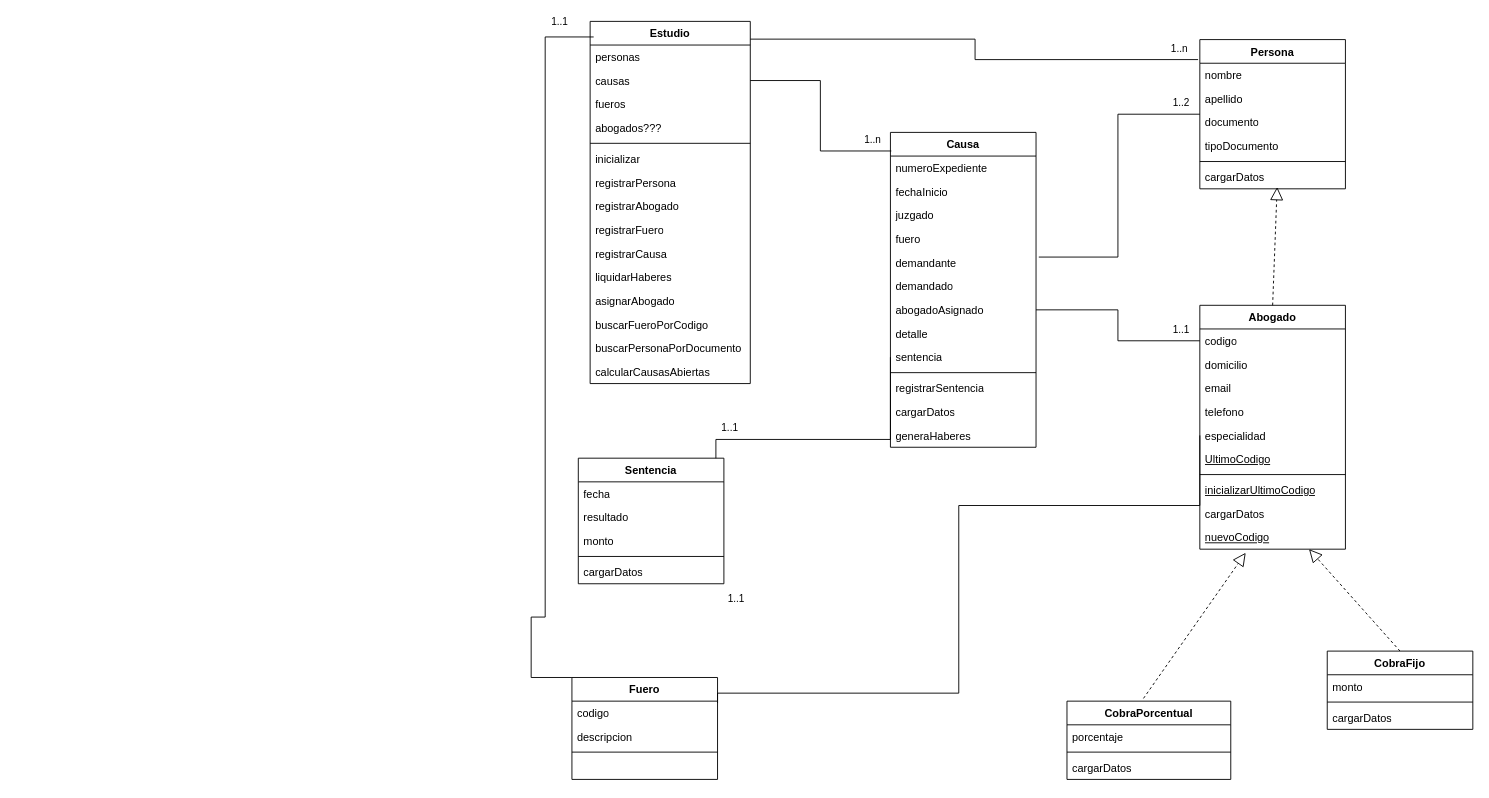
The draw.io diagram page "DiagramaClases" (1 of 2) of diagrama.drawio in Valentin-Leone-Arriola/Paradigmas-2026-2k06-G03, before the edit. Source tidied: cells renumbered, new cells numbered last; positions are measured from the earlier drawing's top-left corner, leaving out a move shared by most shapes. Both pictures are drawn from the tidied source at 91%, with x=0, y=0 at pixel (531, 21).
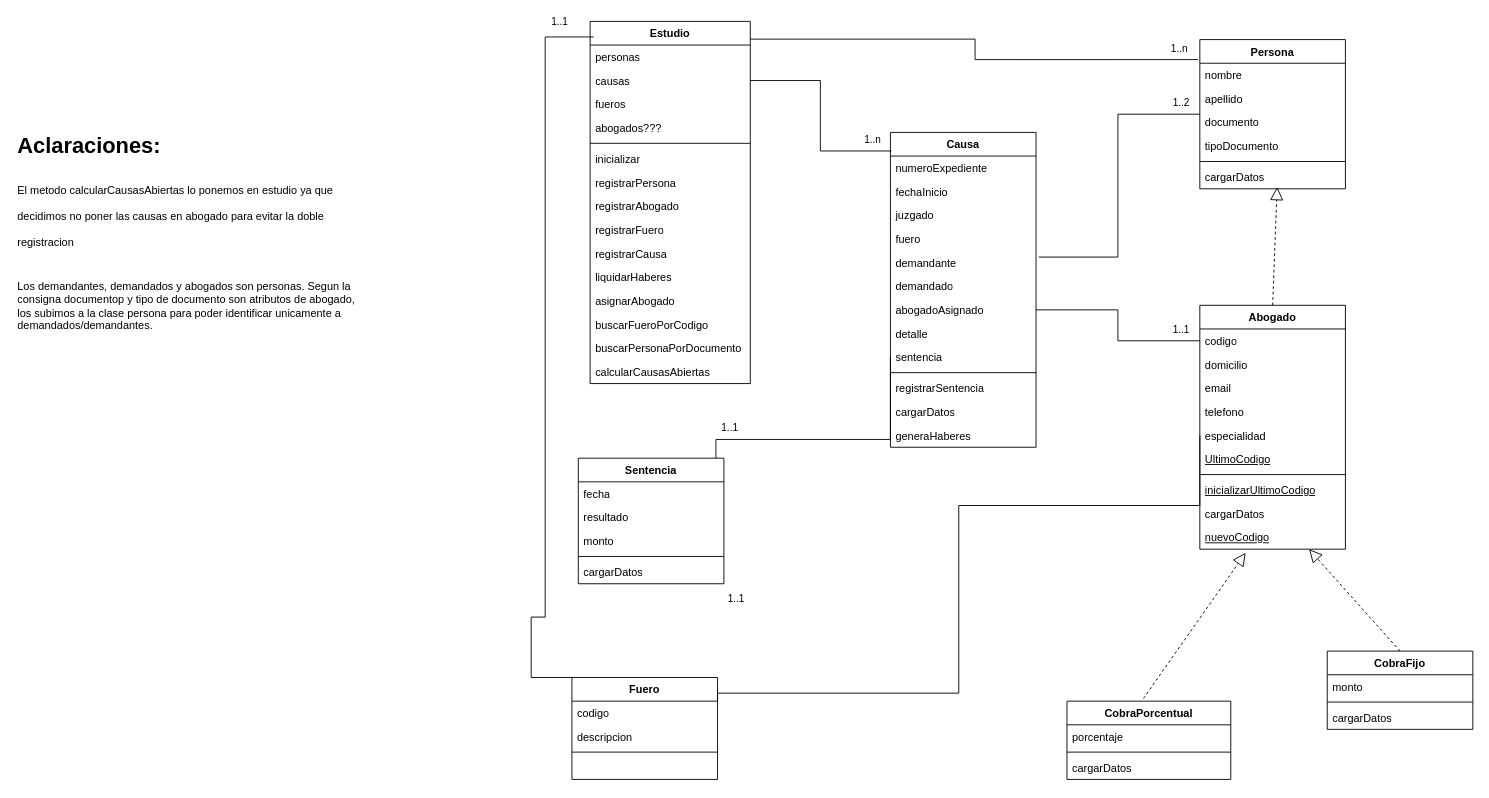
Above is the later version.

Commit message:
agregando dudas a diagrama clases

What changed in the source:
```diff
@@
+    <mxCell id="86" value="&lt;h1 style=&quot;margin-top: 0px;&quot;&gt;&lt;span style=&quot;background-color: transparent; color: light-dark(rgb(0, 0, 0), rgb(255, 255, 255));&quot;&gt;Aclaraciones:&lt;/span&gt;&lt;/h1&gt;&lt;h1 style=&quot;margin-top: 0px;&quot;&gt;&lt;span style=&quot;font-size: 12px; font-weight: 400;&quot;&gt;El metodo calcularCausasAbiertas lo ponemos en estudio ya que decidimos no poner las causas en abogado para evitar la doble registracion&lt;/span&gt;&lt;/h1&gt;&lt;div&gt;&lt;span style=&quot;font-size: 12px; font-weight: 400;&quot;&gt;&lt;br&gt;&lt;/span&gt;&lt;/div&gt;&lt;div&gt;&lt;span style=&quot;font-size: 12px; font-weight: 400;&quot;&gt;Los demandantes, demandados y abogados son personas. Segun la consigna documentop y tipo de documento son atributos de abogado, los subimos a la clase persona para poder identificar unicamente a demandados/demandantes.&lt;/span&gt;&lt;/div&gt;" style="text;html=1;whiteSpace=wrap;overflow=hidden;rounded=0;" parent="1" vertex="1">
+      <mxGeometry x="-566" y="116" width="375" height="429" as="geometry" />
+    </mxCell>
```
